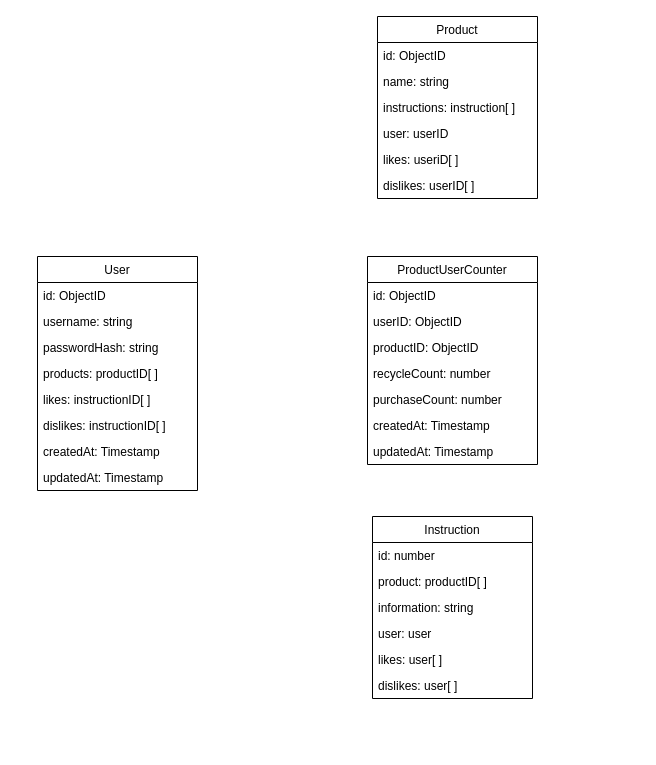
Above: page "Page-1" (1 of 2) of documents/tietokanta/Kierrätysavustin_tietokanta.drawio in ohtuprojekti-Kierratysavustin/Kierratysavustin (draw.io), before the change. Source tidied: cells renumbered, new cells numbered last; positions are measured from the earlier drawing's top-left corner, leaving out a move shared by most shapes. Both pictures are drawn from the tidied source at 100%, with x=0, y=0 at pixel (37, 16).
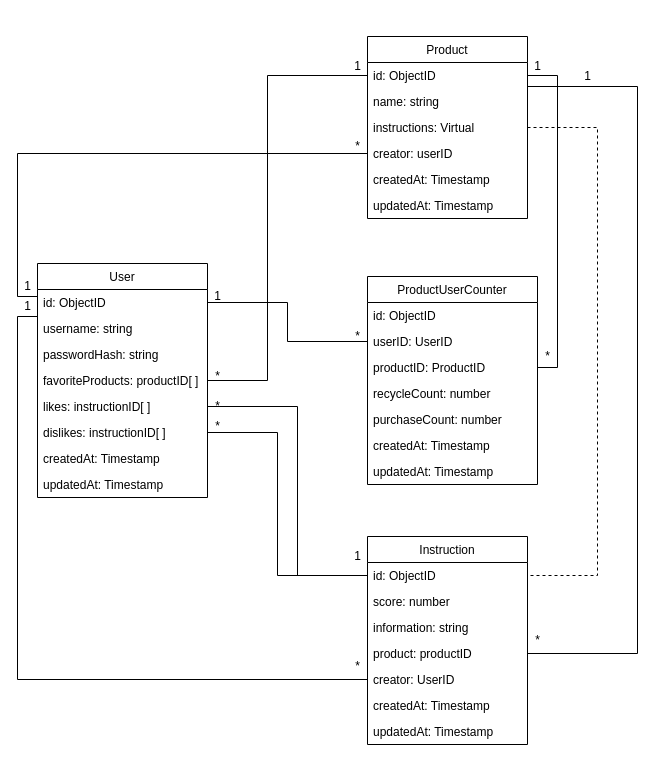
The same page after the edit.

Unchanged cells that the change refers to:
```xml
<mxCell id="12" value="id: ObjectID" style="text;strokeColor=none;fillColor=none;align=left;verticalAlign=top;spacingLeft=4;spacingRight=4;overflow=hidden;points=[[0,0.5],[1,0.5]];portConstraint=eastwest;" parent="11" vertex="1">
  <mxGeometry y="26" width="160" height="26" as="geometry" />
</mxCell>
```

What changed in the source:
```diff
@@
     <mxCell id="2" value="User" style="swimlane;fontStyle=0;horizontal=1;startSize=26;swimlaneLine=1;rounded=0;shadow=0;sketch=0;glass=0;fillColor=none;" parent="1" vertex="1">
-      <mxGeometry y="240" width="160" height="234" as="geometry" />
+      <mxGeometry y="247" width="170" height="234" as="geometry" />
     </mxCell>
     <mxCell id="3" value="id: ObjectID" style="text;strokeColor=none;fillColor=none;align=left;verticalAlign=top;spacingLeft=4;spacingRight=4;overflow=hidden;points=[[0,0.5],[1,0.5]];portConstraint=eastwest;" parent="2" vertex="1">
-      <mxGeometry y="26" width="160" height="26" as="geometry" />
+      <mxGeometry y="26" width="170" height="26" as="geometry" />
     </mxCell>
     <mxCell id="4" value="username: string" style="text;strokeColor=none;fillColor=none;align=left;verticalAlign=top;spacingLeft=4;spacingRight=4;overflow=hidden;" parent="2" vertex="1">
-      <mxGeometry y="52" width="160" height="26" as="geometry" />
+      <mxGeometry y="52" width="170" height="26" as="geometry" />
     </mxCell>
     <mxCell id="5" value="passwordHash: string" style="text;strokeColor=none;fillColor=none;align=left;verticalAlign=top;spacingLeft=4;spacingRight=4;overflow=hidden;" parent="2" vertex="1">
-      <mxGeometry y="78" width="160" height="26" as="geometry" />
+      <mxGeometry y="78" width="170" height="26" as="geometry" />
     </mxCell>
-    <mxCell id="6" value="products: productID[ ]" style="text;strokeColor=none;fillColor=none;align=left;verticalAlign=top;spacingLeft=4;spacingRight=4;overflow=hidden;points=[[0,0.5],[1,0.5]];portConstraint=eastwest;" parent="2" vertex="1">
-      <mxGeometry y="104" width="160" height="26" as="geometry" />
+    <mxCell id="6" value="favoriteProducts: productID[ ]" style="text;strokeColor=none;fillColor=none;align=left;verticalAlign=top;spacingLeft=4;spacingRight=4;overflow=hidden;points=[[0,0.5],[1,0.5]];portConstraint=eastwest;" parent="2" vertex="1">
+      <mxGeometry y="104" width="170" height="26" as="geometry" />
     </mxCell>
     <mxCell id="7" value="likes: instructionID[ ]" style="text;strokeColor=none;fillColor=none;align=left;verticalAlign=top;spacingLeft=4;spacingRight=4;overflow=hidden;points=[[0,0.5],[1,0.5]];portConstraint=eastwest;" parent="2" vertex="1">
-      <mxGeometry y="130" width="160" height="26" as="geometry" />
+      <mxGeometry y="130" width="170" height="26" as="geometry" />
     </mxCell>
     <mxCell id="8" value="dislikes: instructionID[ ]" style="text;strokeColor=none;fillColor=none;align=left;verticalAlign=top;spacingLeft=4;spacingRight=4;overflow=hidden;points=[[0,0.5],[1,0.5]];portConstraint=eastwest;" parent="2" vertex="1">
-      <mxGeometry y="156" width="160" height="26" as="geometry" />
+      <mxGeometry y="156" width="170" height="26" as="geometry" />
     </mxCell>
     <mxCell id="9" value="createdAt: Timestamp" style="text;strokeColor=none;fillColor=none;align=left;verticalAlign=top;spacingLeft=4;spacingRight=4;overflow=hidden;" parent="2" vertex="1">
-      <mxGeometry y="182" width="160" height="26" as="geometry" />
+      <mxGeometry y="182" width="170" height="26" as="geometry" />
     </mxCell>
     <mxCell id="10" value="updatedAt: Timestamp" style="text;strokeColor=none;fillColor=none;align=left;verticalAlign=top;spacingLeft=4;spacingRight=4;overflow=hidden;" parent="2" vertex="1">
-      <mxGeometry y="208" width="160" height="26" as="geometry" />
+      <mxGeometry y="208" width="170" height="26" as="geometry" />
     </mxCell>
     <mxCell id="11" value="Product" style="swimlane;fontStyle=0;horizontal=1;startSize=26;fillColor=none;swimlaneLine=1;rounded=0;shadow=0;sketch=0;glass=0;" parent="1" vertex="1">
-      <mxGeometry x="340" width="160" height="182" as="geometry" />
+      <mxGeometry x="330" y="20" width="160" height="182" as="geometry" />
     </mxCell>
@@
-    <mxCell id="14" value="instructions: instruction[ ]" style="text;strokeColor=none;fillColor=none;align=left;verticalAlign=top;spacingLeft=4;spacingRight=4;overflow=hidden;points=[[0,0.5],[1,0.5]];portConstraint=eastwest;" parent="11" vertex="1">
+    <mxCell id="14" value="instructions: Virtual" style="text;strokeColor=none;fillColor=none;align=left;verticalAlign=top;spacingLeft=4;spacingRight=4;overflow=hidden;points=[[0,0.5],[1,0.5]];portConstraint=eastwest;" parent="11" vertex="1">
       <mxGeometry y="78" width="160" height="26" as="geometry" />
     </mxCell>
-    <mxCell id="15" value="user: userID" style="text;strokeColor=none;fillColor=none;align=left;verticalAlign=top;spacingLeft=4;spacingRight=4;overflow=hidden;points=[[0,0.5],[1,0.5]];portConstraint=eastwest;" parent="11" vertex="1">
+    <mxCell id="15" value="creator: userID" style="text;strokeColor=none;fillColor=none;align=left;verticalAlign=top;spacingLeft=4;spacingRight=4;overflow=hidden;points=[[0,0.5],[1,0.5]];portConstraint=eastwest;" parent="11" vertex="1">
       <mxGeometry y="104" width="160" height="26" as="geometry" />
     </mxCell>
-    <mxCell id="16" value="likes: useriD[ ]" style="text;strokeColor=none;fillColor=none;align=left;verticalAlign=top;spacingLeft=4;spacingRight=4;overflow=hidden;" parent="11" vertex="1">
-      <mxGeometry y="130" width="160" height="26" as="geometry" />
-    </mxCell>
-    <mxCell id="17" value="dislikes: userID[ ]" style="text;strokeColor=none;fillColor=none;align=left;verticalAlign=top;spacingLeft=4;spacingRight=4;overflow=hidden;" parent="11" vertex="1">
-      <mxGeometry y="156" width="160" height="26" as="geometry" />
-    </mxCell>
+    <mxCell id="33" value="createdAt: Timestamp" style="text;strokeColor=none;fillColor=none;align=left;verticalAlign=top;spacingLeft=4;spacingRight=4;overflow=hidden;" parent="11" vertex="1">
+      <mxGeometry y="130" width="160" height="26" as="geometry" />
+    </mxCell>
+    <mxCell id="34" value="updatedAt: Timestamp" style="text;strokeColor=none;fillColor=none;align=left;verticalAlign=top;spacingLeft=4;spacingRight=4;overflow=hidden;" parent="11" vertex="1">
+      <mxGeometry y="156" width="160" height="26" as="geometry" />
+    </mxCell>
     <mxCell id="18" value="ProductUserCounter" style="swimlane;fontStyle=0;horizontal=1;startSize=26;fillColor=none;swimlaneLine=1;rounded=0;shadow=0;sketch=0;glass=0;" parent="1" vertex="1">
-      <mxGeometry x="330" y="240" width="170" height="208" as="geometry" />
+      <mxGeometry x="330" y="260" width="170" height="208" as="geometry" />
     </mxCell>
@@
-    <mxCell id="20" value="userID: ObjectID" style="text;strokeColor=none;fillColor=none;align=left;verticalAlign=top;spacingLeft=4;spacingRight=4;overflow=hidden;points=[[0,0.5],[1,0.5]];portConstraint=eastwest;" parent="18" vertex="1">
+    <mxCell id="20" value="userID: UserID" style="text;strokeColor=none;fillColor=none;align=left;verticalAlign=top;spacingLeft=4;spacingRight=4;overflow=hidden;points=[[0,0.5],[1,0.5]];portConstraint=eastwest;" parent="18" vertex="1">
       <mxGeometry y="52" width="170" height="26" as="geometry" />
     </mxCell>
-    <mxCell id="21" value="productID: ObjectID" style="text;strokeColor=none;fillColor=none;align=left;verticalAlign=top;spacingLeft=4;spacingRight=4;overflow=hidden;points=[[0,0.5],[1,0.5]];portConstraint=eastwest;" parent="18" vertex="1">
+    <mxCell id="21" value="productID: ProductID" style="text;strokeColor=none;fillColor=none;align=left;verticalAlign=top;spacingLeft=4;spacingRight=4;overflow=hidden;points=[[0,0.5],[1,0.5]];portConstraint=eastwest;" parent="18" vertex="1">
       <mxGeometry y="78" width="170" height="26" as="geometry" />
     </mxCell>
@@
     <mxCell id="26" value="Instruction" style="swimlane;fontStyle=0;horizontal=1;startSize=26;fillColor=none;swimlaneLine=1;rounded=0;shadow=0;sketch=0;glass=0;" parent="1" vertex="1">
-      <mxGeometry x="335" y="500" width="160" height="182" as="geometry" />
+      <mxGeometry x="330" y="520" width="160" height="208" as="geometry" />
     </mxCell>
-    <mxCell id="27" value="id: number" style="text;strokeColor=none;fillColor=none;align=left;verticalAlign=top;spacingLeft=4;spacingRight=4;overflow=hidden;points=[[0,0.5],[1,0.5]];portConstraint=eastwest;" parent="26" vertex="1">
+    <mxCell id="27" value="id: ObjectID" style="text;strokeColor=none;fillColor=none;align=left;verticalAlign=top;spacingLeft=4;spacingRight=4;overflow=hidden;points=[[0,0.5],[1,0.5]];portConstraint=eastwest;" parent="26" vertex="1">
       <mxGeometry y="26" width="160" height="26" as="geometry" />
     </mxCell>
+    <mxCell id="35" value="score: number" style="text;strokeColor=none;fillColor=none;align=left;verticalAlign=top;spacingLeft=4;spacingRight=4;overflow=hidden;" parent="26" vertex="1">
+      <mxGeometry y="52" width="160" height="26" as="geometry" />
+    </mxCell>
+    <mxCell id="29" value="information: string" style="text;strokeColor=none;fillColor=none;align=left;verticalAlign=top;spacingLeft=4;spacingRight=4;overflow=hidden;" parent="26" vertex="1">
+      <mxGeometry y="78" width="160" height="26" as="geometry" />
+    </mxCell>
-    <mxCell id="28" value="product: productID[ ]" style="text;strokeColor=none;fillColor=none;align=left;verticalAlign=top;spacingLeft=4;spacingRight=4;overflow=hidden;points=[[0,0.5],[1,0.5]];portConstraint=eastwest;" parent="26" vertex="1">
-      <mxGeometry y="52" width="160" height="26" as="geometry" />
+    <mxCell id="28" value="product: productID&#10;" style="text;strokeColor=none;fillColor=none;align=left;verticalAlign=top;spacingLeft=4;spacingRight=4;overflow=hidden;points=[[0,0.5],[1,0.5]];portConstraint=eastwest;" parent="26" vertex="1">
+      <mxGeometry y="104" width="160" height="26" as="geometry" />
     </mxCell>
-    <mxCell id="29" value="information: string" style="text;strokeColor=none;fillColor=none;align=left;verticalAlign=top;spacingLeft=4;spacingRight=4;overflow=hidden;" parent="26" vertex="1">
-      <mxGeometry y="78" width="160" height="26" as="geometry" />
-    </mxCell>
-    <mxCell id="30" value="user: user" style="text;strokeColor=none;fillColor=none;align=left;verticalAlign=top;spacingLeft=4;spacingRight=4;overflow=hidden;points=[[0,0.5],[1,0.5]];portConstraint=eastwest;" parent="26" vertex="1">
-      <mxGeometry y="104" width="160" height="26" as="geometry" />
+    <mxCell id="30" value="creator: UserID" style="text;strokeColor=none;fillColor=none;align=left;verticalAlign=top;spacingLeft=4;spacingRight=4;overflow=hidden;points=[[0,0.5],[1,0.5]];portConstraint=eastwest;" parent="26" vertex="1">
+      <mxGeometry y="130" width="160" height="26" as="geometry" />
     </mxCell>
-    <mxCell id="31" value="likes: user[ ]" style="text;strokeColor=none;fillColor=none;align=left;verticalAlign=top;spacingLeft=4;spacingRight=4;overflow=hidden;" parent="26" vertex="1">
-      <mxGeometry y="130" width="160" height="26" as="geometry" />
-    </mxCell>
-    <mxCell id="32" value="dislikes: user[ ]" style="text;strokeColor=none;fillColor=none;align=left;verticalAlign=top;spacingLeft=4;spacingRight=4;overflow=hidden;" parent="26" vertex="1">
-      <mxGeometry y="156" width="160" height="26" as="geometry" />
-    </mxCell>
+    <mxCell id="36" value="createdAt: Timestamp" style="text;strokeColor=none;fillColor=none;align=left;verticalAlign=top;spacingLeft=4;spacingRight=4;overflow=hidden;" parent="26" vertex="1">
+      <mxGeometry y="156" width="160" height="26" as="geometry" />
+    </mxCell>
+    <mxCell id="37" value="updatedAt: Timestamp" style="text;strokeColor=none;fillColor=none;align=left;verticalAlign=top;spacingLeft=4;spacingRight=4;overflow=hidden;" parent="26" vertex="1">
+      <mxGeometry y="182" width="160" height="26" as="geometry" />
+    </mxCell>
+    <mxCell id="38" style="edgeStyle=orthogonalEdgeStyle;rounded=0;jettySize=auto;html=1;exitX=1;exitY=0.5;exitDx=0;exitDy=0;entryX=0;entryY=0.5;entryDx=0;entryDy=0;endArrow=none;endFill=0;" parent="1" edge="1" source="3" target="20">
+      <mxGeometry relative="1" as="geometry" />
+    </mxCell>
+    <mxCell id="39" value="*" style="text;html=1;align=center;verticalAlign=middle;strokeColor=none;fillColor=none;" parent="1" vertex="1">
+      <mxGeometry x="310" y="310" width="20" height="20" as="geometry" />
+    </mxCell>
+    <mxCell id="40" value="1" style="text;html=1;align=center;verticalAlign=middle;strokeColor=none;fillColor=none;" parent="1" vertex="1">
+      <mxGeometry x="170" y="270" width="20" height="20" as="geometry" />
+    </mxCell>
+    <mxCell id="41" style="edgeStyle=orthogonalEdgeStyle;rounded=0;jettySize=auto;html=1;exitX=1;exitY=0.5;exitDx=0;exitDy=0;entryX=0;entryY=0.5;entryDx=0;entryDy=0;endArrow=none;endFill=0;" parent="1" edge="1" source="7" target="27">
+      <mxGeometry relative="1" as="geometry">
+        <Array as="points">
+          <mxPoint x="260" y="390" />
+          <mxPoint x="260" y="559" />
+        </Array>
+      </mxGeometry>
+    </mxCell>
+    <mxCell id="42" style="edgeStyle=orthogonalEdgeStyle;rounded=0;jettySize=auto;html=1;exitX=1;exitY=0.5;exitDx=0;exitDy=0;entryX=0;entryY=0.5;entryDx=0;entryDy=0;endArrow=none;endFill=0;" parent="1" edge="1" source="8" target="27">
+      <mxGeometry relative="1" as="geometry">
+        <Array as="points">
+          <mxPoint x="240" y="416" />
+          <mxPoint x="240" y="559" />
+        </Array>
+      </mxGeometry>
+    </mxCell>
+    <mxCell id="43" value="1" style="text;html=1;align=center;verticalAlign=middle;strokeColor=none;fillColor=none;" parent="1" vertex="1">
+      <mxGeometry x="310" y="530" width="20" height="20" as="geometry" />
+    </mxCell>
+    <mxCell id="44" value="*" style="text;html=1;align=center;verticalAlign=middle;strokeColor=none;fillColor=none;" parent="1" vertex="1">
+      <mxGeometry x="170" y="400" width="20" height="20" as="geometry" />
+    </mxCell>
+    <mxCell id="45" style="edgeStyle=orthogonalEdgeStyle;rounded=0;jettySize=auto;html=1;exitX=1;exitY=0.5;exitDx=0;exitDy=0;entryX=0;entryY=0.5;entryDx=0;entryDy=0;endArrow=none;endFill=0;" parent="1" edge="1" source="6" target="12">
+      <mxGeometry relative="1" as="geometry">
+        <Array as="points">
+          <mxPoint x="230" y="364" />
+          <mxPoint x="230" y="59" />
+        </Array>
+      </mxGeometry>
+    </mxCell>
+    <mxCell id="46" value="*" style="text;html=1;align=center;verticalAlign=middle;strokeColor=none;fillColor=none;" parent="1" vertex="1">
+      <mxGeometry x="170" y="350" width="20" height="20" as="geometry" />
+    </mxCell>
+    <mxCell id="47" value="1" style="text;html=1;align=center;verticalAlign=middle;strokeColor=none;fillColor=none;" parent="1" vertex="1">
+      <mxGeometry x="310" y="40" width="20" height="20" as="geometry" />
+    </mxCell>
+    <mxCell id="48" style="edgeStyle=orthogonalEdgeStyle;rounded=0;jettySize=auto;html=1;exitX=1;exitY=0.5;exitDx=0;exitDy=0;entryX=1;entryY=0.5;entryDx=0;entryDy=0;endArrow=none;endFill=0;dashed=1;" parent="1" edge="1" source="14" target="27">
+      <mxGeometry relative="1" as="geometry">
+        <Array as="points">
+          <mxPoint x="560" y="111" />
+          <mxPoint x="560" y="559" />
+        </Array>
+      </mxGeometry>
+    </mxCell>
+    <mxCell id="49" style="edgeStyle=orthogonalEdgeStyle;rounded=0;jettySize=auto;html=1;exitX=0;exitY=0.5;exitDx=0;exitDy=0;entryX=0;entryY=0.5;entryDx=0;entryDy=0;endArrow=none;endFill=0;" parent="1" edge="1" source="15" target="3">
+      <mxGeometry relative="1" as="geometry">
+        <Array as="points">
+          <mxPoint x="-20" y="137" />
+          <mxPoint x="-20" y="280" />
+          <mxPoint y="280" />
+        </Array>
+      </mxGeometry>
+    </mxCell>
+    <mxCell id="50" value="1" style="text;html=1;align=center;verticalAlign=middle;strokeColor=none;fillColor=none;" parent="1" vertex="1">
+      <mxGeometry x="-20" y="260" width="20" height="20" as="geometry" />
+    </mxCell>
+    <mxCell id="51" value="*" style="text;html=1;align=center;verticalAlign=middle;strokeColor=none;fillColor=none;" parent="1" vertex="1">
+      <mxGeometry x="310" y="120" width="20" height="20" as="geometry" />
+    </mxCell>
+    <mxCell id="52" style="edgeStyle=orthogonalEdgeStyle;rounded=0;jettySize=auto;html=1;exitX=1;exitY=0.5;exitDx=0;exitDy=0;entryX=1;entryY=0.5;entryDx=0;entryDy=0;endArrow=none;endFill=0;" parent="1" edge="1" source="21" target="12">
+      <mxGeometry relative="1" as="geometry" />
+    </mxCell>
+    <mxCell id="53" value="1" style="text;html=1;align=center;verticalAlign=middle;strokeColor=none;fillColor=none;" parent="1" vertex="1">
+      <mxGeometry x="490" y="40" width="20" height="20" as="geometry" />
+    </mxCell>
+    <mxCell id="54" value="*" style="text;html=1;align=center;verticalAlign=middle;strokeColor=none;fillColor=none;" parent="1" vertex="1">
+      <mxGeometry x="500" y="330" width="20" height="20" as="geometry" />
+    </mxCell>
+    <mxCell id="55" style="edgeStyle=orthogonalEdgeStyle;rounded=0;jettySize=auto;html=1;exitX=1;exitY=0.5;exitDx=0;exitDy=0;endArrow=none;endFill=0;" parent="1" edge="1" source="28" target="12">
+      <mxGeometry relative="1" as="geometry">
+        <Array as="points">
+          <mxPoint x="600" y="637" />
+          <mxPoint x="600" y="70" />
+        </Array>
+      </mxGeometry>
+    </mxCell>
+    <mxCell id="56" value="*" style="text;html=1;align=center;verticalAlign=middle;strokeColor=none;fillColor=none;" parent="1" vertex="1">
+      <mxGeometry x="490" y="614" width="20" height="20" as="geometry" />
+    </mxCell>
+    <mxCell id="57" value="1" style="text;html=1;align=center;verticalAlign=middle;strokeColor=none;fillColor=none;" parent="1" vertex="1">
+      <mxGeometry x="540" y="50" width="20" height="20" as="geometry" />
+    </mxCell>
+    <mxCell id="58" value="*" style="text;html=1;align=center;verticalAlign=middle;strokeColor=none;fillColor=none;" parent="1" vertex="1">
+      <mxGeometry x="310" y="640" width="20" height="20" as="geometry" />
+    </mxCell>
+    <mxCell id="59" value="*" style="text;html=1;align=center;verticalAlign=middle;strokeColor=none;fillColor=none;" parent="1" vertex="1">
+      <mxGeometry x="170" y="380" width="20" height="20" as="geometry" />
+    </mxCell>
+    <mxCell id="60" value="1" style="text;html=1;align=center;verticalAlign=middle;strokeColor=none;fillColor=none;" parent="1" vertex="1">
+      <mxGeometry x="-20" y="280" width="20" height="20" as="geometry" />
+    </mxCell>
+    <mxCell id="61" style="edgeStyle=orthogonalEdgeStyle;rounded=0;jettySize=auto;html=1;exitX=0;exitY=0.5;exitDx=0;exitDy=0;endArrow=none;endFill=0;" parent="1" edge="1" source="30" target="3">
+      <mxGeometry relative="1" as="geometry">
+        <Array as="points">
+          <mxPoint x="-20" y="663" />
+          <mxPoint x="-20" y="300" />
+          <mxPoint y="300" />
+        </Array>
+      </mxGeometry>
+    </mxCell>
```
